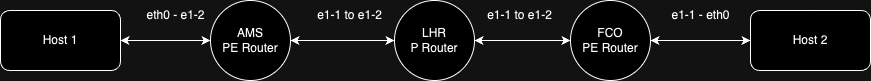
Before: docs/workshops/images/topology.drawio.png, a diagram exported from draw.io (workfloworchestrator/orchestrator-core). Source tidied: cells renumbered, new cells last; positions are measured from the earlier drawing's top-left corner, leaving out a move shared by most shapes.
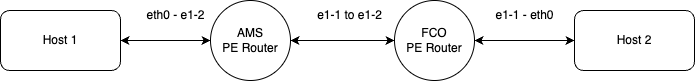
Later version of the same file.

Change to the diagram source:
```diff
@@ -8,35 +8,26 @@
     <mxCell id="3" value="Host 1" style="rounded=1;whiteSpace=wrap;html=1;" parent="1" vertex="1">
       <mxGeometry y="10" width="120" height="60" as="geometry" />
     </mxCell>
-    <mxCell id="4" style="edgeStyle=orthogonalEdgeStyle;rounded=0;jettySize=auto;html=1;startArrow=classic;startFill=1;" parent="1" edge="1" source="5" target="7">
+    <mxCell id="4" style="edgeStyle=orthogonalEdgeStyle;rounded=0;jettySize=auto;html=1;startArrow=classic;startFill=1;" parent="1" edge="1" source="5" target="8">
       <mxGeometry relative="1" as="geometry" />
     </mxCell>
     <mxCell id="5" value="&lt;div&gt;AMS&lt;/div&gt;PE Router" style="ellipse;whiteSpace=wrap;html=1;" parent="1" vertex="1">
       <mxGeometry x="210" width="80" height="80" as="geometry" />
     </mxCell>
-    <mxCell id="6" style="edgeStyle=orthogonalEdgeStyle;rounded=0;jettySize=auto;html=1;startArrow=classic;startFill=1;" parent="1" edge="1" source="7" target="8">
-      <mxGeometry relative="1" as="geometry" />
-    </mxCell>
-    <mxCell id="7" value="&lt;div&gt;LHR&lt;/div&gt;P Router" style="ellipse;whiteSpace=wrap;html=1;" parent="1" vertex="1">
-      <mxGeometry x="394" width="80" height="80" as="geometry" />
-    </mxCell>
     <mxCell id="8" value="&lt;div&gt;FCO&lt;/div&gt;PE Router" style="ellipse;whiteSpace=wrap;html=1;" parent="1" vertex="1">
-      <mxGeometry x="570" width="80" height="80" as="geometry" />
+      <mxGeometry x="394" width="80" height="80" as="geometry" />
     </mxCell>
     <mxCell id="9" style="edgeStyle=orthogonalEdgeStyle;rounded=0;jettySize=auto;html=1;startArrow=classic;startFill=1;entryX=1;entryY=0.5;entryDx=0;entryDy=0;" parent="1" edge="1" source="10" target="8">
       <mxGeometry relative="1" as="geometry" />
     </mxCell>
     <mxCell id="10" value="Host 2" style="rounded=1;whiteSpace=wrap;html=1;" parent="1" vertex="1">
-      <mxGeometry x="750" y="10" width="120" height="60" as="geometry" />
+      <mxGeometry x="574" y="10" width="120" height="60" as="geometry" />
     </mxCell>
     <mxCell id="11" value="e1-1 to e1-2" style="text;html=1;align=center;verticalAlign=middle;strokeColor=none;fillColor=none;" parent="1" vertex="1">
       <mxGeometry x="304" width="90" height="30" as="geometry" />
     </mxCell>
-    <mxCell id="12" value="e1-1 to e1-2" style="text;html=1;align=center;verticalAlign=middle;strokeColor=none;fillColor=none;" parent="1" vertex="1">
-      <mxGeometry x="474" width="90" height="30" as="geometry" />
-    </mxCell>
     <mxCell id="13" value="e1-1 - eth0" style="text;html=1;align=center;verticalAlign=middle;strokeColor=none;fillColor=none;" parent="1" vertex="1">
-      <mxGeometry x="660" width="80" height="30" as="geometry" />
+      <mxGeometry x="484" width="80" height="30" as="geometry" />
     </mxCell>
     <mxCell id="14" value="eth0 - e1-2" style="text;html=1;align=center;verticalAlign=middle;strokeColor=none;fillColor=none;" parent="1" vertex="1">
       <mxGeometry x="135" width="80" height="30" as="geometry" />
```
